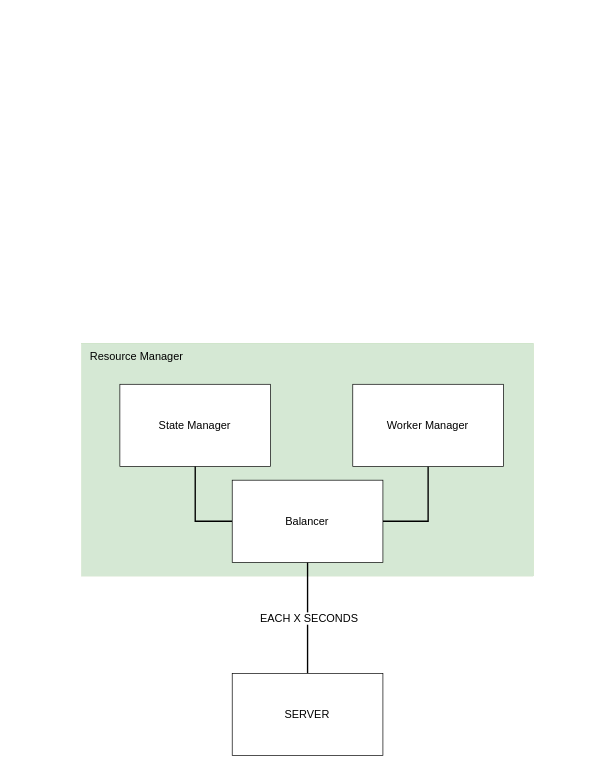
Earlier version of the draw.io diagram Untitled Diagram.drawio (viniciusbds/diagrams). Source tidied: cells renumbered, new cells numbered last; positions are measured from the earlier drawing's top-left corner, leaving out a move shared by most shapes. Both pictures are drawn from the tidied source at 137%, with x=0, y=0 at pixel (81, 342).
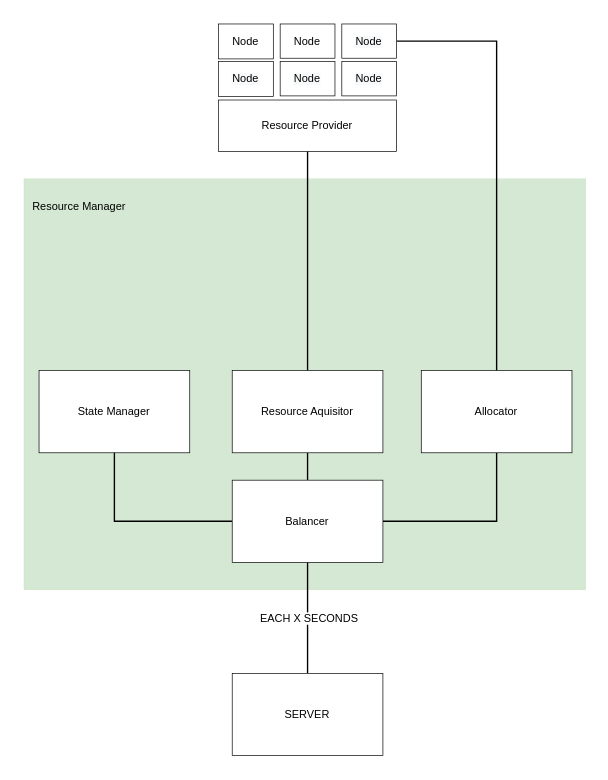
Above is the later version.

The change refers to these unchanged cells:
```xml
<mxCell id="8" value="Balancer" style="rounded=0;whiteSpace=wrap;html=1;fontFamily=Helvetica;fontSize=8;strokeColor=default;strokeWidth=0.5;" parent="1" vertex="1">
  <mxGeometry x="110" y="100" width="110" height="60" as="geometry" />
</mxCell>
```

Change to the diagram source:
```diff
@@
     <mxCell id="2" style="rounded=0;whiteSpace=wrap;html=1;strokeColor=#82b366;strokeWidth=0;fillColor=#d5e8d4;" parent="1" vertex="1">
-      <mxGeometry width="330" height="170" as="geometry" />
+      <mxGeometry x="-42" y="-120" width="410" height="300" as="geometry" />
     </mxCell>
     <mxCell id="3" value="State Manager" style="rounded=0;whiteSpace=wrap;html=1;fontFamily=Helvetica;fontSize=8;strokeColor=default;strokeWidth=0.5;" parent="1" vertex="1">
-      <mxGeometry x="28" y="30" width="110" height="60" as="geometry" />
+      <mxGeometry x="-31" y="20" width="110" height="60" as="geometry" />
     </mxCell>
@@
-    <mxCell id="5" style="edgeStyle=orthogonalEdgeStyle;rounded=0;jettySize=auto;html=1;exitX=1;exitY=0.5;exitDx=0;exitDy=0;fontFamily=Helvetica;fontSize=8;endArrow=none;endFill=0;" parent="1" edge="1" source="8" target="9">
+    <mxCell id="5" style="edgeStyle=orthogonalEdgeStyle;rounded=0;jettySize=auto;html=1;exitX=0.5;exitY=0;exitDx=0;exitDy=0;fontFamily=Helvetica;fontSize=8;endArrow=none;endFill=0;entryX=0.5;entryY=1;entryDx=0;entryDy=0;" parent="1" edge="1" source="8" target="15">
       <mxGeometry relative="1" as="geometry" />
     </mxCell>
@@
+    <mxCell id="12" style="edgeStyle=orthogonalEdgeStyle;rounded=0;jettySize=auto;html=1;exitX=1;exitY=0.5;exitDx=0;exitDy=0;endArrow=none;endFill=0;" parent="1" edge="1" source="8" target="9">
+      <mxGeometry relative="1" as="geometry" />
+    </mxCell>
@@
+    <mxCell id="13" style="edgeStyle=orthogonalEdgeStyle;rounded=0;jettySize=auto;html=1;exitX=0.5;exitY=0;exitDx=0;exitDy=0;entryX=1;entryY=0.5;entryDx=0;entryDy=0;endArrow=none;endFill=0;" parent="1" edge="1" source="9" target="19">
+      <mxGeometry relative="1" as="geometry" />
+    </mxCell>
-    <mxCell id="9" value="Worker Manager" style="rounded=0;whiteSpace=wrap;html=1;fontFamily=Helvetica;fontSize=8;strokeColor=default;strokeWidth=0.5;" parent="1" vertex="1">
-      <mxGeometry x="198" y="30" width="110" height="60" as="geometry" />
+    <mxCell id="9" value="Allocator" style="rounded=0;whiteSpace=wrap;html=1;fontFamily=Helvetica;fontSize=8;strokeColor=default;strokeWidth=0.5;" parent="1" vertex="1">
+      <mxGeometry x="248" y="20" width="110" height="60" as="geometry" />
     </mxCell>
@@
     <mxCell id="11" value="Resource Manager" style="text;html=1;align=center;verticalAlign=middle;strokeColor=none;fillColor=none;fontSize=8;fontFamily=Helvetica;strokeWidth=1;fontStyle=0;" parent="1" vertex="1">
-      <mxGeometry width="80" height="20" as="geometry" />
+      <mxGeometry x="-42" y="-110" width="80" height="20" as="geometry" />
     </mxCell>
+    <mxCell id="14" style="edgeStyle=orthogonalEdgeStyle;rounded=0;jettySize=auto;html=1;exitX=0.5;exitY=0;exitDx=0;exitDy=0;endArrow=none;endFill=0;entryX=0.5;entryY=1;entryDx=0;entryDy=0;" parent="1" edge="1" source="15" target="16">
+      <mxGeometry relative="1" as="geometry">
+        <Array as="points">
+          <mxPoint x="165" y="-140" />
+          <mxPoint x="165" y="-140" />
+        </Array>
+      </mxGeometry>
+    </mxCell>
+    <mxCell id="15" value="Resource Aquisitor" style="rounded=0;whiteSpace=wrap;html=1;fontFamily=Helvetica;fontSize=8;strokeColor=default;strokeWidth=0.5;" parent="1" vertex="1">
+      <mxGeometry x="110" y="20" width="110" height="60" as="geometry" />
+    </mxCell>
+    <mxCell id="16" value="Resource Provider" style="rounded=0;whiteSpace=wrap;html=1;fontFamily=Helvetica;fontSize=8;strokeColor=default;strokeWidth=0.5;" parent="1" vertex="1">
+      <mxGeometry x="100" y="-177.5" width="130" height="37.5" as="geometry" />
+    </mxCell>
+    <mxCell id="17" value="Node" style="rounded=0;whiteSpace=wrap;html=1;fontFamily=Helvetica;fontSize=8;strokeColor=default;strokeWidth=0.5;" parent="1" vertex="1">
+      <mxGeometry x="100" y="-233" width="40" height="25.5" as="geometry" />
+    </mxCell>
+    <mxCell id="18" value="Node" style="rounded=0;whiteSpace=wrap;html=1;fontFamily=Helvetica;fontSize=8;strokeColor=default;strokeWidth=0.5;" parent="1" vertex="1">
+      <mxGeometry x="145" y="-233" width="40" height="25" as="geometry" />
+    </mxCell>
+    <mxCell id="19" value="&lt;span style=&quot;color: rgb(0, 0, 0); font-family: Helvetica; font-size: 8px; font-style: normal; font-variant-ligatures: normal; font-variant-caps: normal; font-weight: 400; letter-spacing: normal; orphans: 2; text-align: center; text-indent: 0px; text-transform: none; widows: 2; word-spacing: 0px; -webkit-text-stroke-width: 0px; background-color: rgb(248, 249, 250); text-decoration-thickness: initial; text-decoration-style: initial; text-decoration-color: initial; float: none; display: inline !important;&quot;&gt;Node&lt;/span&gt;" style="rounded=0;whiteSpace=wrap;html=1;fontFamily=Helvetica;fontSize=8;strokeColor=default;strokeWidth=0.5;" parent="1" vertex="1">
+      <mxGeometry x="190" y="-233" width="40" height="25" as="geometry" />
+    </mxCell>
+    <mxCell id="20" value="&lt;span style=&quot;color: rgb(0, 0, 0); font-family: Helvetica; font-size: 8px; font-style: normal; font-variant-ligatures: normal; font-variant-caps: normal; font-weight: 400; letter-spacing: normal; orphans: 2; text-align: center; text-indent: 0px; text-transform: none; widows: 2; word-spacing: 0px; -webkit-text-stroke-width: 0px; background-color: rgb(248, 249, 250); text-decoration-thickness: initial; text-decoration-style: initial; text-decoration-color: initial; float: none; display: inline !important;&quot;&gt;Node&lt;/span&gt;" style="rounded=0;whiteSpace=wrap;html=1;fontFamily=Helvetica;fontSize=8;strokeColor=default;strokeWidth=0.5;" parent="1" vertex="1">
+      <mxGeometry x="100" y="-205.5" width="40" height="25.5" as="geometry" />
+    </mxCell>
+    <mxCell id="21" value="&lt;span style=&quot;color: rgb(0, 0, 0); font-family: Helvetica; font-size: 8px; font-style: normal; font-variant-ligatures: normal; font-variant-caps: normal; font-weight: 400; letter-spacing: normal; orphans: 2; text-align: center; text-indent: 0px; text-transform: none; widows: 2; word-spacing: 0px; -webkit-text-stroke-width: 0px; background-color: rgb(248, 249, 250); text-decoration-thickness: initial; text-decoration-style: initial; text-decoration-color: initial; float: none; display: inline !important;&quot;&gt;Node&lt;/span&gt;" style="rounded=0;whiteSpace=wrap;html=1;fontFamily=Helvetica;fontSize=8;strokeColor=default;strokeWidth=0.5;" parent="1" vertex="1">
+      <mxGeometry x="145" y="-205.5" width="40" height="25" as="geometry" />
+    </mxCell>
+    <mxCell id="22" value="&lt;span style=&quot;color: rgb(0, 0, 0); font-family: Helvetica; font-size: 8px; font-style: normal; font-variant-ligatures: normal; font-variant-caps: normal; font-weight: 400; letter-spacing: normal; orphans: 2; text-align: center; text-indent: 0px; text-transform: none; widows: 2; word-spacing: 0px; -webkit-text-stroke-width: 0px; background-color: rgb(248, 249, 250); text-decoration-thickness: initial; text-decoration-style: initial; text-decoration-color: initial; float: none; display: inline !important;&quot;&gt;Node&lt;/span&gt;" style="rounded=0;whiteSpace=wrap;html=1;fontFamily=Helvetica;fontSize=8;strokeColor=default;strokeWidth=0.5;" parent="1" vertex="1">
+      <mxGeometry x="190" y="-205.5" width="40" height="25" as="geometry" />
+    </mxCell>
```
